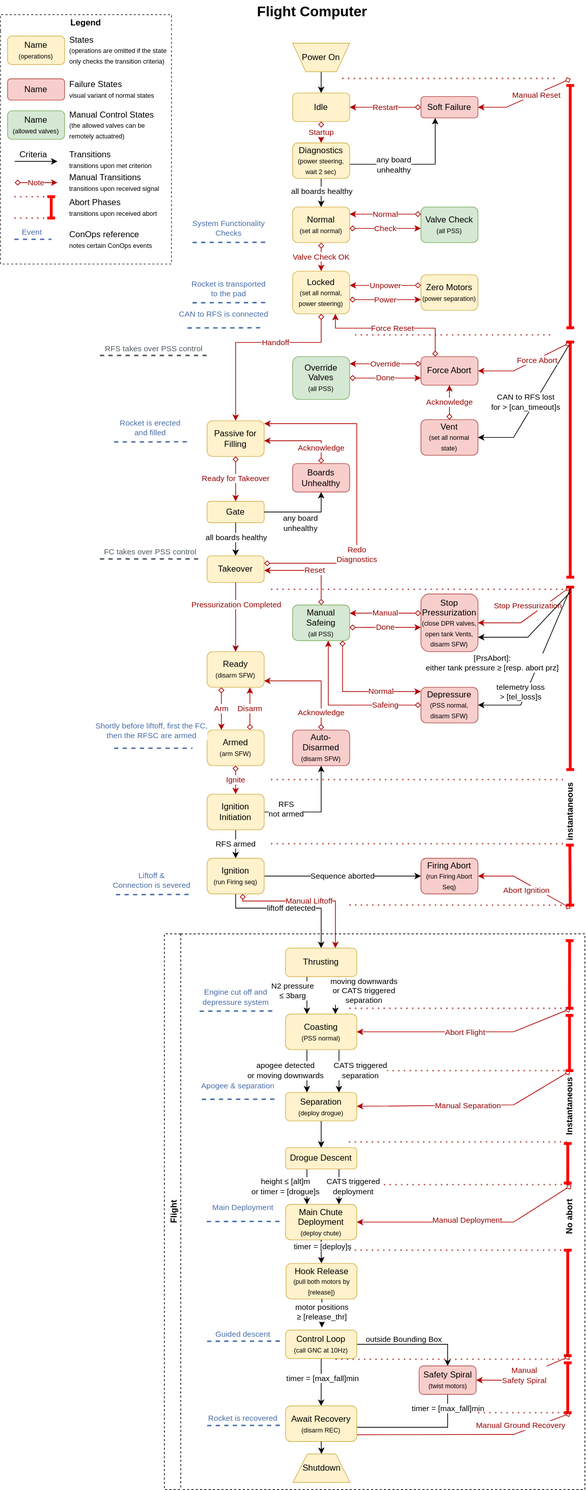
Earlier version of the draw.io export state-machines/fc-flight-state-machine.drawio.svg (aris-space/asteria-remote-computers). Source tidied: cells renumbered, new cells last; positions are measured from the earlier drawing's top-left corner, leaving out a move shared by most shapes.
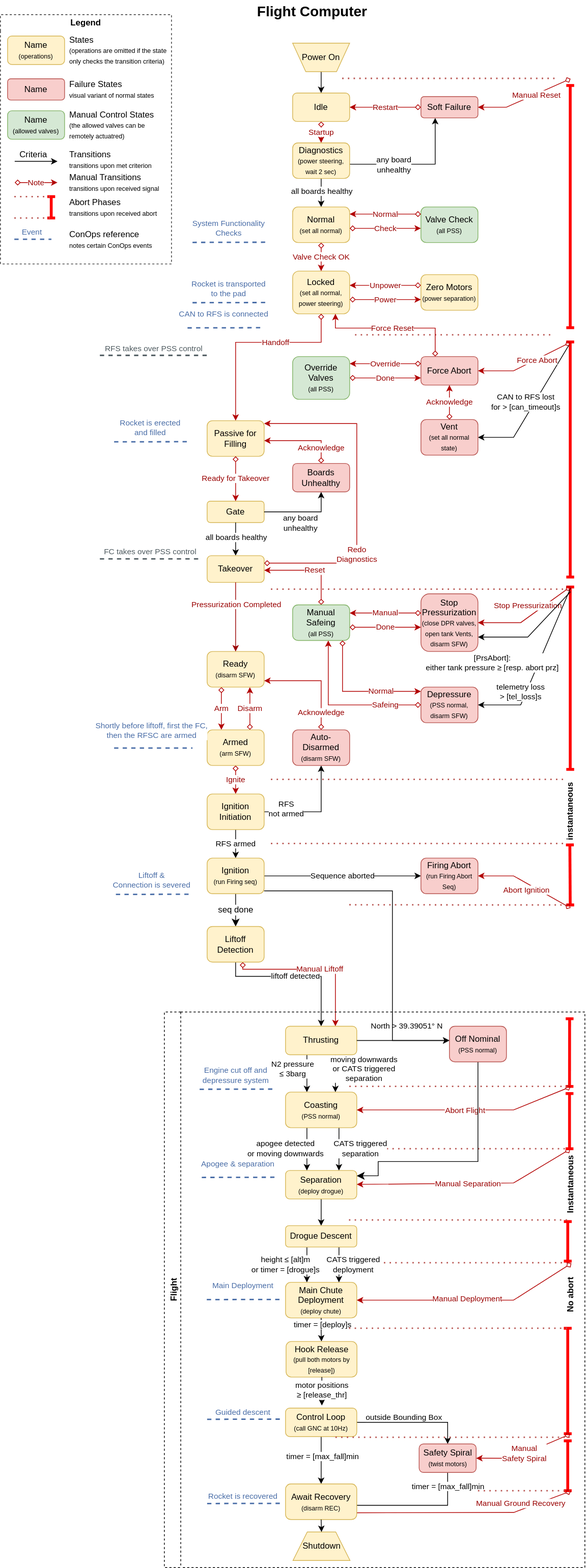
The same diagram one commit later.

Commit message:
specific liftoff detection

Change to the diagram source:
```diff
@@ -119,21 +119,19 @@
     <mxCell id="28" value="Takeover" style="rounded=1;whiteSpace=wrap;html=1;fillColor=#fff2cc;strokeColor=#d6b656;verticalAlign=middle;align=center;fontFamily=Helvetica;fontSize=12;fontColor=default;" parent="1" vertex="1">
       <mxGeometry x="290" y="779.5" width="80" height="37.5" as="geometry" />
     </mxCell>
-    <mxCell id="29" value="liftoff detected" style="edgeStyle=orthogonalEdgeStyle;rounded=0;jettySize=auto;html=1;" parent="1" edge="1" target="70">
-      <mxGeometry relative="1" as="geometry">
-        <mxPoint x="330" y="1254" as="sourcePoint" />
+    <mxCell id="29" value="liftoff detected" style="edgeStyle=orthogonalEdgeStyle;rounded=0;jettySize=auto;html=1;" parent="1" edge="1" source="169" target="70">
+      <mxGeometry x="-0.01" relative="1" as="geometry">
         <Array as="points">
-          <mxPoint x="330" y="1274" />
-          <mxPoint x="450" y="1274" />
+          <mxPoint x="330" y="1370" />
+          <mxPoint x="450" y="1370" />
         </Array>
       </mxGeometry>
     </mxCell>
-    <mxCell id="30" value="Manual Liftoff" style="edgeStyle=orthogonalEdgeStyle;rounded=0;jettySize=auto;html=1;shadow=0;strokeColor=#B20000;strokeWidth=1;align=center;verticalAlign=middle;fontFamily=Helvetica;fontSize=11;fontColor=#990000;labelBackgroundColor=default;jumpStyle=none;jumpSize=5;startArrow=diamond;startFill=0;endArrow=classic;flowAnimation=0;fillColor=#e51400;" parent="1" edge="1" target="70">
-      <mxGeometry relative="1" as="geometry">
-        <mxPoint x="340" y="1254" as="sourcePoint" />
+    <mxCell id="30" value="Manual Liftoff" style="edgeStyle=orthogonalEdgeStyle;rounded=0;jettySize=auto;html=1;shadow=0;strokeColor=#B20000;strokeWidth=1;align=center;verticalAlign=middle;fontFamily=Helvetica;fontSize=11;fontColor=#990000;labelBackgroundColor=default;jumpStyle=none;jumpSize=5;startArrow=diamond;startFill=0;endArrow=classic;flowAnimation=0;fillColor=#e51400;" parent="1" edge="1" source="169" target="70">
+      <mxGeometry x="0.08" relative="1" as="geometry">
         <Array as="points">
-          <mxPoint x="340" y="1264" />
-          <mxPoint x="470" y="1264" />
+          <mxPoint x="340" y="1360" />
+          <mxPoint x="470" y="1360" />
         </Array>
       </mxGeometry>
     </mxCell>
@@ -152,7 +150,7 @@
       </mxGeometry>
     </mxCell>
     <mxCell id="33" value="Flight" style="swimlane;horizontal=0;whiteSpace=wrap;html=1;dashed=1;strokeColor=default;align=center;verticalAlign=top;fontFamily=Helvetica;fontSize=12;fontColor=default;fontStyle=1;fillColor=none;gradientColor=none;" parent="1" vertex="1">
-      <mxGeometry x="230" y="1310" width="590" height="780" as="geometry" />
+      <mxGeometry x="230" y="1420" width="590" height="780" as="geometry" />
     </mxCell>
     <mxCell id="34" style="edgeStyle=orthogonalEdgeStyle;rounded=0;jettySize=auto;html=1;exitX=0.5;exitY=1;exitDx=0;exitDy=0;entryX=0.5;entryY=0;entryDx=0;entryDy=0;" parent="33" edge="1" source="38" target="67">
       <mxGeometry relative="1" as="geometry" />
@@ -445,6 +443,26 @@
         <mxPoint x="167" y="404" as="targetPoint" />
       </mxGeometry>
     </mxCell>
+    <mxCell id="164" style="edgeStyle=orthogonalEdgeStyle;rounded=0;jettySize=auto;html=1;fontSize=12;startSize=8;endSize=8;" parent="33" edge="1" source="165" target="56">
+      <mxGeometry x="0.13" relative="1" as="geometry">
+        <Array as="points">
+          <mxPoint x="440" y="210" />
+          <mxPoint x="300" y="210" />
+          <mxPoint x="300" y="230" />
+        </Array>
+      </mxGeometry>
+    </mxCell>
+    <mxCell id="165" value="Off Nominal&lt;div&gt;&lt;font style=&quot;font-size: 9px;&quot;&gt;(PSS normal)&lt;/font&gt;&lt;/div&gt;" style="rounded=1;whiteSpace=wrap;html=1;fillColor=#f8cecc;strokeColor=#b85450;verticalAlign=middle;align=center;fontFamily=Helvetica;fontSize=12;fontColor=default;fillStyle=auto;" parent="33" vertex="1">
+      <mxGeometry x="400" y="20" width="80" height="50" as="geometry" />
+    </mxCell>
+    <mxCell id="166" value="North &amp;gt;&amp;nbsp;39.39051° N" style="edgeStyle=orthogonalEdgeStyle;rounded=0;jettySize=auto;html=1;" parent="33" edge="1" source="70" target="165">
+      <mxGeometry x="0.08" y="20" relative="1" as="geometry">
+        <Array as="points">
+          <mxPoint x="470" y="20" />
+          <mxPoint x="470" y="20" />
+        </Array>
+      </mxGeometry>
+    </mxCell>
     <mxCell id="85" value="Valve Check OK" style="edgeStyle=orthogonalEdgeStyle;rounded=0;jettySize=auto;html=1;shadow=0;strokeColor=#B20000;strokeWidth=1;align=center;verticalAlign=middle;fontFamily=Helvetica;fontSize=11;fontColor=#990000;labelBackgroundColor=default;jumpStyle=none;jumpSize=5;startArrow=diamond;startFill=0;endArrow=classic;flowAnimation=0;fillColor=#e51400;" parent="1" edge="1" source="158" target="12">
       <mxGeometry relative="1" as="geometry" />
     </mxCell>
@@ -666,6 +684,9 @@
     <mxCell id="130" value="Sequence aborted" style="edgeStyle=orthogonalEdgeStyle;rounded=0;jettySize=auto;html=1;" parent="1" edge="1" source="131" target="149">
       <mxGeometry relative="1" as="geometry" />
     </mxCell>
+    <mxCell id="167" value="seq done" style="edgeStyle=none;curved=1;rounded=0;curveGeometry=1;jettySize=auto;html=1;fontSize=12;startSize=8;endSize=8;" parent="1" edge="1" source="131" target="169">
+      <mxGeometry relative="1" as="geometry" />
+    </mxCell>
     <mxCell id="131" value="&lt;div&gt;&lt;font style=&quot;&quot;&gt;Ignition&lt;/font&gt;&lt;/div&gt;&lt;div&gt;&lt;font style=&quot;font-size: 9px;&quot;&gt;(run Firing seq&lt;/font&gt;&lt;span style=&quot;font-size: 9px;&quot;&gt;)&lt;/span&gt;&lt;/div&gt;" style="rounded=1;whiteSpace=wrap;html=1;fillColor=#fff2cc;strokeColor=#d6b656;verticalAlign=middle;align=center;fontFamily=Helvetica;fontSize=12;fontColor=default;" parent="1" vertex="1">
       <mxGeometry x="290" y="1204" width="80" height="50" as="geometry" />
     </mxCell>
@@ -855,5 +876,16 @@
         </Array>
       </mxGeometry>
     </mxCell>
+    <mxCell id="168" style="edgeStyle=orthogonalEdgeStyle;rounded=0;jettySize=auto;html=1;" parent="1" edge="1" source="131" target="165">
+      <mxGeometry x="0.22" y="40" relative="1" as="geometry">
+        <Array as="points">
+          <mxPoint x="550" y="1250" />
+          <mxPoint x="550" y="1460" />
+        </Array>
+      </mxGeometry>
+    </mxCell>
+    <mxCell id="169" value="Liftoff Detection" style="rounded=1;whiteSpace=wrap;html=1;fillColor=#fff2cc;strokeColor=#d6b656;verticalAlign=middle;align=center;fontFamily=Helvetica;fontSize=12;fontColor=default;" parent="1" vertex="1">
+      <mxGeometry x="290" y="1300" width="80" height="50" as="geometry" />
+    </mxCell>
   </root>
 </mxGraphModel>
```
